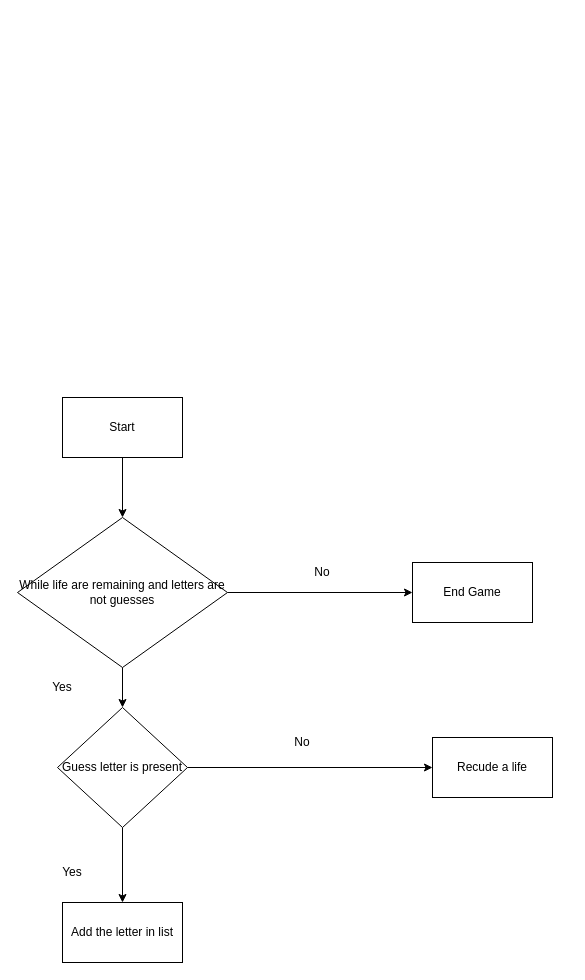
This is Untitled Diagram.drawio from shilpak91/100d_python, a draw.io file, before an edit. Source tidied: cells renumbered, new cells numbered last; positions are measured from the earlier drawing's top-left corner, leaving out a move shared by most shapes. Both pictures are drawn from the tidied source at 100%, with x=0, y=0 at pixel (17, 397).
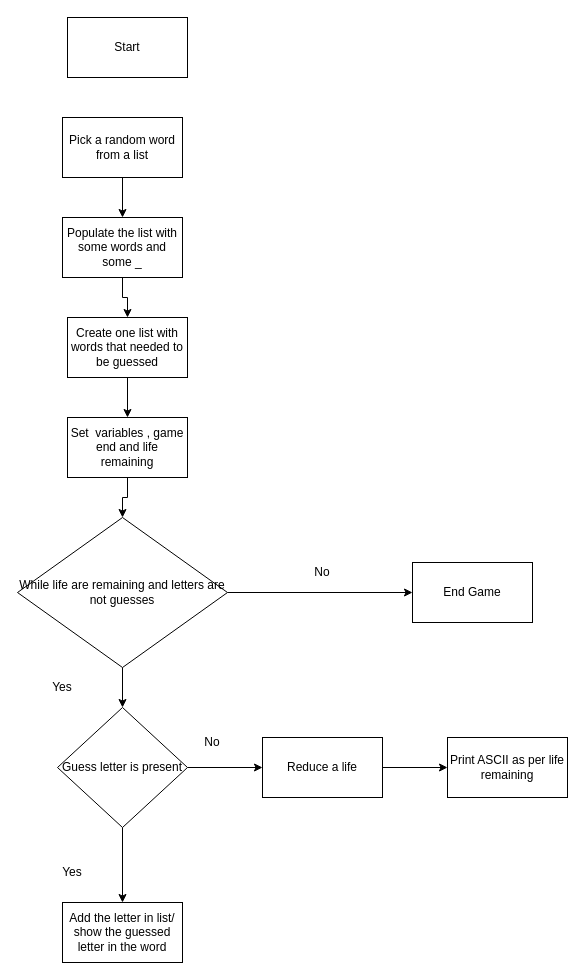
The same diagram, later.

The change refers to these unchanged cells:
```xml
<mxCell id="6" value="While life are remaining and letters are not guesses" style="rhombus;whiteSpace=wrap;html=1;" parent="1" vertex="1">
  <mxGeometry y="120" width="210" height="150" as="geometry" />
</mxCell>
```

The edit, as a diff of the source:
```diff
@@
-    <mxCell id="2" style="edgeStyle=orthogonalEdgeStyle;rounded=0;jettySize=auto;html=1;exitX=0.5;exitY=1;exitDx=0;exitDy=0;entryX=0.5;entryY=0;entryDx=0;entryDy=0;" parent="1" edge="1" source="3" target="6">
-      <mxGeometry relative="1" as="geometry" />
-    </mxCell>
     <mxCell id="3" value="Start" style="rounded=0;whiteSpace=wrap;html=1;" parent="1" vertex="1">
-      <mxGeometry x="45" width="120" height="60" as="geometry" />
+      <mxGeometry x="50" y="-380" width="120" height="60" as="geometry" />
     </mxCell>
@@
+    <mxCell id="17" style="edgeStyle=orthogonalEdgeStyle;rounded=0;jettySize=auto;html=1;exitX=1;exitY=0.5;exitDx=0;exitDy=0;entryX=0;entryY=0.5;entryDx=0;entryDy=0;" parent="1" edge="1" source="11" target="26">
+      <mxGeometry relative="1" as="geometry" />
+    </mxCell>
-    <mxCell id="11" value="Recude a life" style="rounded=0;whiteSpace=wrap;html=1;" parent="1" vertex="1">
-      <mxGeometry x="415" y="340" width="120" height="60" as="geometry" />
+    <mxCell id="11" value="Reduce a life" style="rounded=0;whiteSpace=wrap;html=1;" parent="1" vertex="1">
+      <mxGeometry x="245" y="340" width="120" height="60" as="geometry" />
     </mxCell>
-    <mxCell id="12" value="Add the letter in list" style="rounded=0;whiteSpace=wrap;html=1;" parent="1" vertex="1">
+    <mxCell id="12" value="Add the letter in list/ show the guessed letter in the word" style="rounded=0;whiteSpace=wrap;html=1;" parent="1" vertex="1">
       <mxGeometry x="45" y="505" width="120" height="60" as="geometry" />
     </mxCell>
@@
     <mxCell id="14" value="No" style="text;html=1;strokeColor=none;fillColor=none;align=center;verticalAlign=middle;whiteSpace=wrap;rounded=0;" parent="1" vertex="1">
-      <mxGeometry x="255" y="330" width="60" height="30" as="geometry" />
+      <mxGeometry x="165" y="330" width="60" height="30" as="geometry" />
     </mxCell>
@@
+    <mxCell id="18" style="edgeStyle=orthogonalEdgeStyle;rounded=0;jettySize=auto;html=1;exitX=0.5;exitY=1;exitDx=0;exitDy=0;entryX=0.5;entryY=0;entryDx=0;entryDy=0;" parent="1" edge="1" source="19" target="21">
+      <mxGeometry relative="1" as="geometry" />
+    </mxCell>
+    <mxCell id="19" value="Pick a random word from a list" style="rounded=0;whiteSpace=wrap;html=1;" parent="1" vertex="1">
+      <mxGeometry x="45" y="-280" width="120" height="60" as="geometry" />
+    </mxCell>
+    <mxCell id="20" style="edgeStyle=orthogonalEdgeStyle;rounded=0;jettySize=auto;html=1;exitX=0.5;exitY=1;exitDx=0;exitDy=0;" parent="1" edge="1" source="21" target="23">
+      <mxGeometry relative="1" as="geometry" />
+    </mxCell>
+    <mxCell id="21" value="Populate the list with some words and some _" style="rounded=0;whiteSpace=wrap;html=1;" parent="1" vertex="1">
+      <mxGeometry x="45" y="-180" width="120" height="60" as="geometry" />
+    </mxCell>
+    <mxCell id="22" style="edgeStyle=orthogonalEdgeStyle;rounded=0;jettySize=auto;html=1;exitX=0.5;exitY=1;exitDx=0;exitDy=0;entryX=0.5;entryY=0;entryDx=0;entryDy=0;" parent="1" edge="1" source="23" target="25">
+      <mxGeometry relative="1" as="geometry" />
+    </mxCell>
+    <mxCell id="23" value="Create one list with words that needed to be guessed" style="rounded=0;whiteSpace=wrap;html=1;" parent="1" vertex="1">
+      <mxGeometry x="50" y="-80" width="120" height="60" as="geometry" />
+    </mxCell>
+    <mxCell id="24" style="edgeStyle=orthogonalEdgeStyle;rounded=0;jettySize=auto;html=1;exitX=0.5;exitY=1;exitDx=0;exitDy=0;entryX=0.5;entryY=0;entryDx=0;entryDy=0;" parent="1" edge="1" source="25" target="6">
+      <mxGeometry relative="1" as="geometry" />
+    </mxCell>
+    <mxCell id="25" value="Set &amp;nbsp;variables , game end and life remaining" style="rounded=0;whiteSpace=wrap;html=1;" parent="1" vertex="1">
+      <mxGeometry x="50" y="20" width="120" height="60" as="geometry" />
+    </mxCell>
+    <mxCell id="26" value="Print ASCII as per life remaining" style="rounded=0;whiteSpace=wrap;html=1;" parent="1" vertex="1">
+      <mxGeometry x="430" y="340" width="120" height="60" as="geometry" />
+    </mxCell>
```
